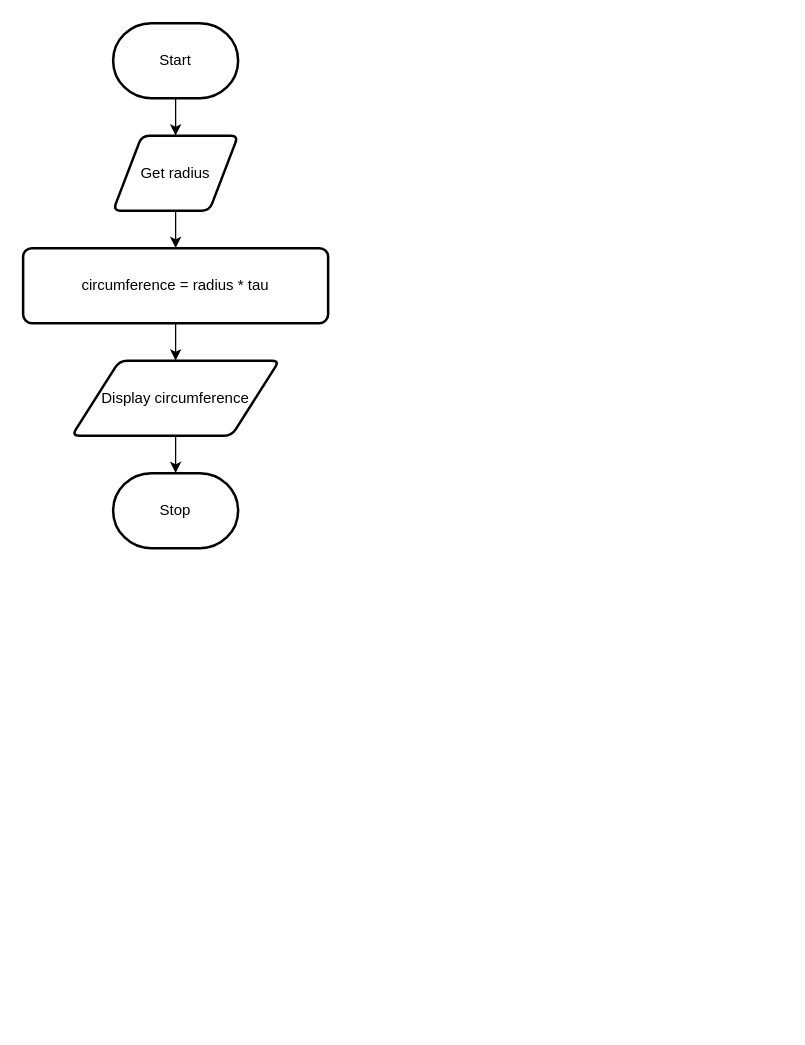
This is page "Flowchart" (1 of 2) of design.drawio from Samuel-Webster-178/ICS3U-Unit3-Unit3-08-Python, a draw.io file, before an edit. Source tidied: cells renumbered, new cells numbered last; positions are measured from the earlier drawing's top-left corner, leaving out a move shared by most shapes. Both pictures are drawn from the tidied source at 125%, with x=0, y=0 at pixel (22, 22).
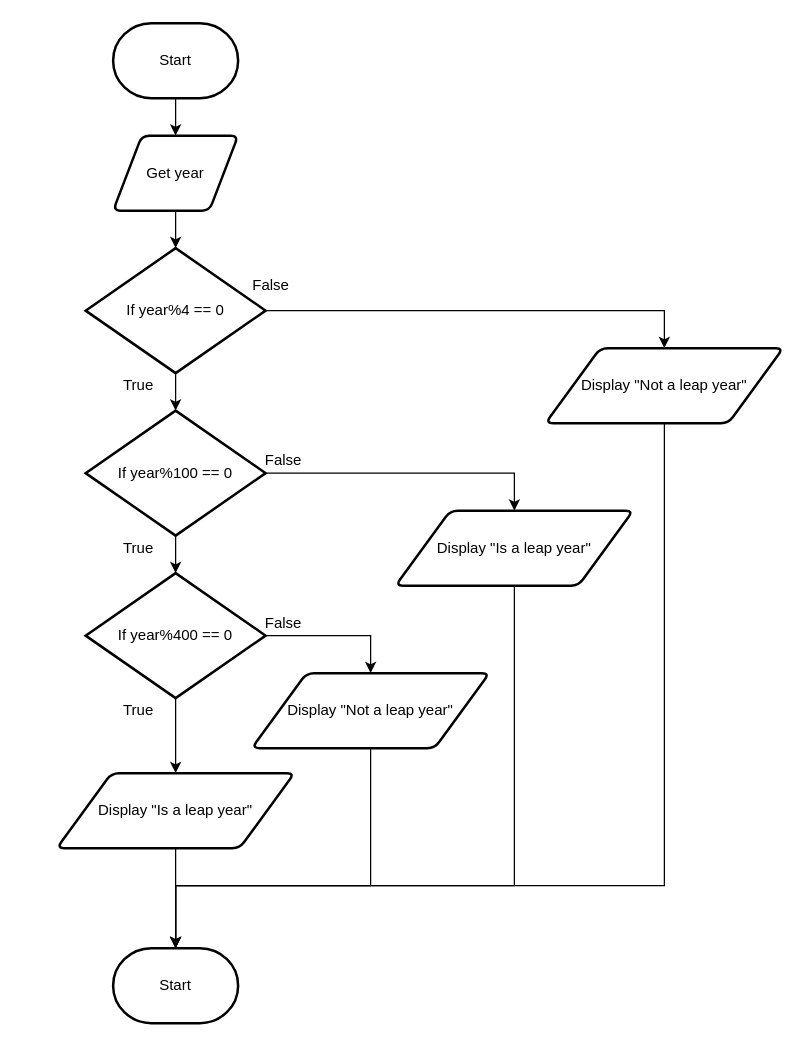
After the change.

Change to the diagram source:
```diff
@@
-    <mxCell id="4" style="edgeStyle=none;html=1;" parent="1" edge="1" source="5" target="7">
-      <mxGeometry relative="1" as="geometry" />
+    <mxCell id="4" style="edgeStyle=none;html=1;" parent="1" edge="1" source="5">
+      <mxGeometry relative="1" as="geometry">
+        <mxPoint x="122" y="180" as="targetPoint" />
+      </mxGeometry>
     </mxCell>
-    <mxCell id="5" value="Get radius" style="shape=parallelogram;html=1;strokeWidth=2;perimeter=parallelogramPerimeter;whiteSpace=wrap;rounded=1;arcSize=12;size=0.23;" parent="1" vertex="1">
+    <mxCell id="5" value="Get year" style="shape=parallelogram;html=1;strokeWidth=2;perimeter=parallelogramPerimeter;whiteSpace=wrap;rounded=1;arcSize=12;size=0.23;" parent="1" vertex="1">
       <mxGeometry x="72" y="90" width="100" height="60" as="geometry" />
     </mxCell>
-    <mxCell id="6" style="edgeStyle=none;html=1;" parent="1" edge="1" source="7" target="9">
-      <mxGeometry relative="1" as="geometry" />
-    </mxCell>
-    <mxCell id="7" value="circumference = radius * tau" style="rounded=1;whiteSpace=wrap;html=1;absoluteArcSize=1;arcSize=14;strokeWidth=2;" parent="1" vertex="1">
-      <mxGeometry y="180" width="244" height="60" as="geometry" />
-    </mxCell>
-    <mxCell id="8" style="edgeStyle=none;html=1;" parent="1" edge="1" source="9" target="10">
-      <mxGeometry relative="1" as="geometry" />
-    </mxCell>
-    <mxCell id="9" value="Display circumference" style="shape=parallelogram;html=1;strokeWidth=2;perimeter=parallelogramPerimeter;whiteSpace=wrap;rounded=1;arcSize=12;size=0.23;" parent="1" vertex="1">
-      <mxGeometry x="39" y="270" width="166" height="60" as="geometry" />
-    </mxCell>
-    <mxCell id="10" value="Stop" style="strokeWidth=2;html=1;shape=mxgraph.flowchart.terminator;whiteSpace=wrap;" parent="1" vertex="1">
-      <mxGeometry x="72" y="360" width="100" height="60" as="geometry" />
-    </mxCell>
+    <mxCell id="11" style="edgeStyle=orthogonalEdgeStyle;html=1;entryX=0.5;entryY=0;entryDx=0;entryDy=0;rounded=0;" parent="1" edge="1" source="13" target="15">
+      <mxGeometry relative="1" as="geometry" />
+    </mxCell>
+    <mxCell id="12" style="edgeStyle=orthogonalEdgeStyle;rounded=0;html=1;" parent="1" edge="1" source="13" target="20">
+      <mxGeometry relative="1" as="geometry" />
+    </mxCell>
+    <mxCell id="13" value="If year%4 == 0" style="strokeWidth=2;html=1;shape=mxgraph.flowchart.decision;whiteSpace=wrap;" parent="1" vertex="1">
+      <mxGeometry x="50" y="180" width="144" height="100" as="geometry" />
+    </mxCell>
+    <mxCell id="14" style="edgeStyle=orthogonalEdgeStyle;rounded=0;html=1;entryX=0.5;entryY=0;entryDx=0;entryDy=0;entryPerimeter=0;" parent="1" edge="1" source="15" target="34">
+      <mxGeometry relative="1" as="geometry">
+        <Array as="points">
+          <mxPoint x="513" y="690" />
+          <mxPoint x="122" y="690" />
+        </Array>
+      </mxGeometry>
+    </mxCell>
+    <mxCell id="15" value="Display &quot;Not a leap year&quot;" style="shape=parallelogram;html=1;strokeWidth=2;perimeter=parallelogramPerimeter;whiteSpace=wrap;rounded=1;arcSize=12;size=0.23;" parent="1" vertex="1">
+      <mxGeometry x="418" y="260" width="190" height="60" as="geometry" />
+    </mxCell>
+    <mxCell id="16" value="False" style="text;html=1;align=center;verticalAlign=middle;strokeColor=none;fillColor=none;" parent="1" vertex="1">
+      <mxGeometry x="173" y="200" width="50" height="20" as="geometry" />
+    </mxCell>
+    <mxCell id="17" value="True" style="text;html=1;align=center;verticalAlign=middle;strokeColor=none;fillColor=none;" parent="1" vertex="1">
+      <mxGeometry x="72" y="280" width="40" height="20" as="geometry" />
+    </mxCell>
+    <mxCell id="18" style="edgeStyle=orthogonalEdgeStyle;rounded=0;html=1;entryX=0.5;entryY=0;entryDx=0;entryDy=0;" parent="1" edge="1" source="20" target="23">
+      <mxGeometry relative="1" as="geometry" />
+    </mxCell>
+    <mxCell id="19" style="edgeStyle=orthogonalEdgeStyle;rounded=0;html=1;" parent="1" edge="1" source="20" target="27">
+      <mxGeometry relative="1" as="geometry" />
+    </mxCell>
+    <mxCell id="20" value="If year%100 == 0" style="strokeWidth=2;html=1;shape=mxgraph.flowchart.decision;whiteSpace=wrap;" parent="1" vertex="1">
+      <mxGeometry x="50" y="310" width="144" height="100" as="geometry" />
+    </mxCell>
+    <mxCell id="21" value="True" style="text;html=1;align=center;verticalAlign=middle;strokeColor=none;fillColor=none;" parent="1" vertex="1">
+      <mxGeometry x="72" y="410" width="40" height="20" as="geometry" />
+    </mxCell>
+    <mxCell id="22" style="edgeStyle=orthogonalEdgeStyle;rounded=0;html=1;entryX=0.5;entryY=0;entryDx=0;entryDy=0;entryPerimeter=0;" parent="1" edge="1" source="23" target="34">
+      <mxGeometry relative="1" as="geometry">
+        <Array as="points">
+          <mxPoint x="393" y="690" />
+          <mxPoint x="122" y="690" />
+        </Array>
+      </mxGeometry>
+    </mxCell>
+    <mxCell id="23" value="Display &quot;Is a leap year&quot;" style="shape=parallelogram;html=1;strokeWidth=2;perimeter=parallelogramPerimeter;whiteSpace=wrap;rounded=1;arcSize=12;size=0.23;" parent="1" vertex="1">
+      <mxGeometry x="298" y="390" width="190" height="60" as="geometry" />
+    </mxCell>
+    <mxCell id="24" value="False" style="text;html=1;align=center;verticalAlign=middle;strokeColor=none;fillColor=none;" parent="1" vertex="1">
+      <mxGeometry x="183" y="340" width="50" height="20" as="geometry" />
+    </mxCell>
+    <mxCell id="25" style="edgeStyle=orthogonalEdgeStyle;rounded=0;html=1;entryX=0.5;entryY=0;entryDx=0;entryDy=0;" parent="1" edge="1" source="27" target="29">
+      <mxGeometry relative="1" as="geometry">
+        <Array as="points">
+          <mxPoint x="278" y="490" />
+        </Array>
+      </mxGeometry>
+    </mxCell>
+    <mxCell id="26" style="edgeStyle=orthogonalEdgeStyle;rounded=0;html=1;entryX=0.5;entryY=0;entryDx=0;entryDy=0;" parent="1" edge="1" source="27" target="33">
+      <mxGeometry relative="1" as="geometry" />
+    </mxCell>
+    <mxCell id="27" value="If year%400 == 0" style="strokeWidth=2;html=1;shape=mxgraph.flowchart.decision;whiteSpace=wrap;" parent="1" vertex="1">
+      <mxGeometry x="50" y="440" width="144" height="100" as="geometry" />
+    </mxCell>
+    <mxCell id="28" style="edgeStyle=orthogonalEdgeStyle;rounded=0;html=1;entryX=0.5;entryY=0;entryDx=0;entryDy=0;entryPerimeter=0;" parent="1" edge="1" source="29" target="34">
+      <mxGeometry relative="1" as="geometry">
+        <Array as="points">
+          <mxPoint x="278" y="690" />
+          <mxPoint x="122" y="690" />
+        </Array>
+      </mxGeometry>
+    </mxCell>
+    <mxCell id="29" value="Display &quot;Not a leap year&quot;" style="shape=parallelogram;html=1;strokeWidth=2;perimeter=parallelogramPerimeter;whiteSpace=wrap;rounded=1;arcSize=12;size=0.23;" parent="1" vertex="1">
+      <mxGeometry x="183" y="520" width="190" height="60" as="geometry" />
+    </mxCell>
+    <mxCell id="30" value="False" style="text;html=1;align=center;verticalAlign=middle;strokeColor=none;fillColor=none;" parent="1" vertex="1">
+      <mxGeometry x="183" y="470" width="50" height="20" as="geometry" />
+    </mxCell>
+    <mxCell id="31" value="True" style="text;html=1;align=center;verticalAlign=middle;strokeColor=none;fillColor=none;" parent="1" vertex="1">
+      <mxGeometry x="72" y="540" width="40" height="20" as="geometry" />
+    </mxCell>
+    <mxCell id="32" style="edgeStyle=orthogonalEdgeStyle;rounded=0;html=1;" parent="1" edge="1" source="33" target="34">
+      <mxGeometry relative="1" as="geometry" />
+    </mxCell>
+    <mxCell id="33" value="Display &quot;Is a leap year&quot;" style="shape=parallelogram;html=1;strokeWidth=2;perimeter=parallelogramPerimeter;whiteSpace=wrap;rounded=1;arcSize=12;size=0.23;" parent="1" vertex="1">
+      <mxGeometry x="27" y="600" width="190" height="60" as="geometry" />
+    </mxCell>
+    <mxCell id="34" value="Start" style="strokeWidth=2;html=1;shape=mxgraph.flowchart.terminator;whiteSpace=wrap;" parent="1" vertex="1">
+      <mxGeometry x="72" y="740" width="100" height="60" as="geometry" />
+    </mxCell>
```
